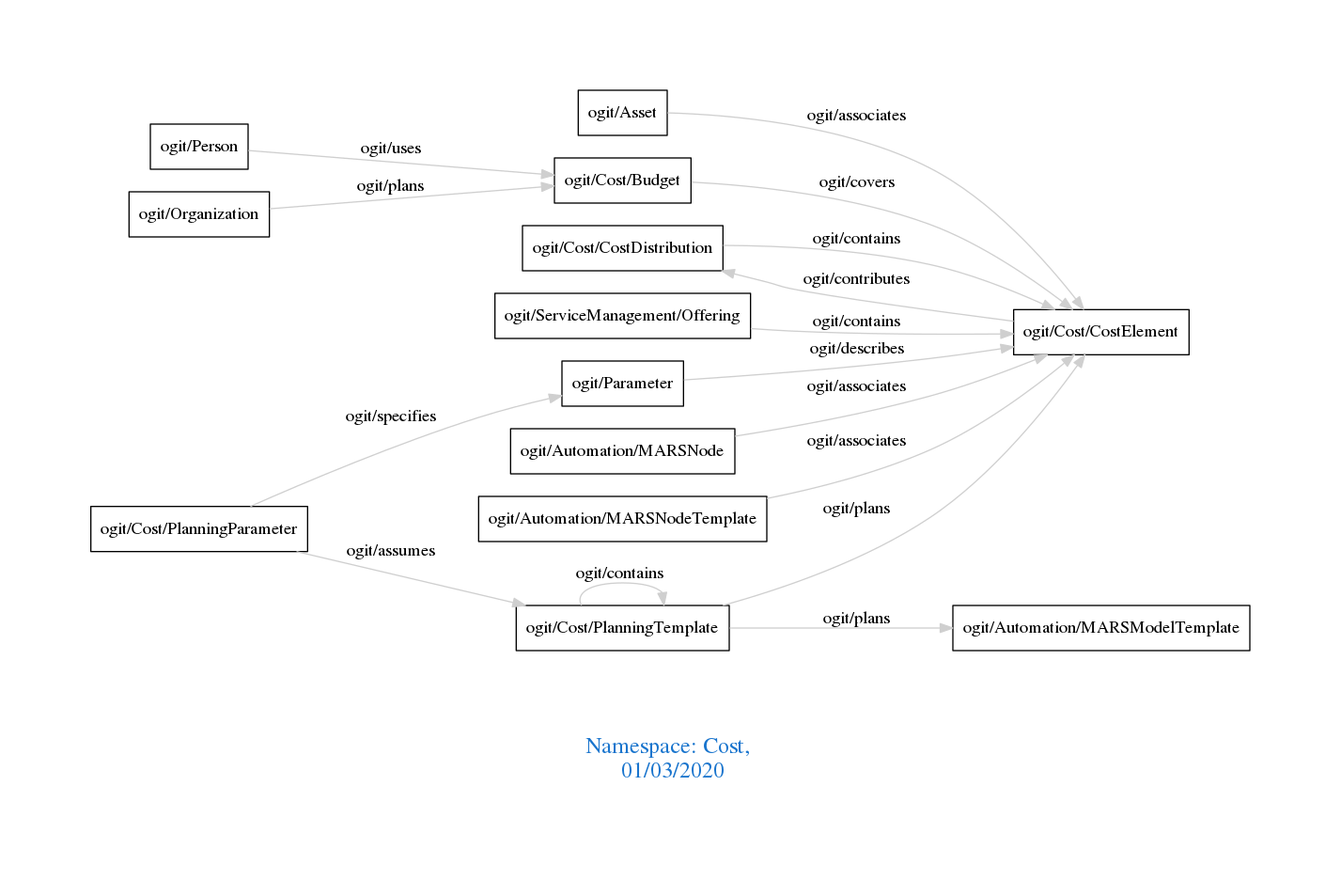
Above: downloads/Cost.png in arago/OGIT (Graphviz), before the change. Its source is kept beside it as downloads/Cost.dot.
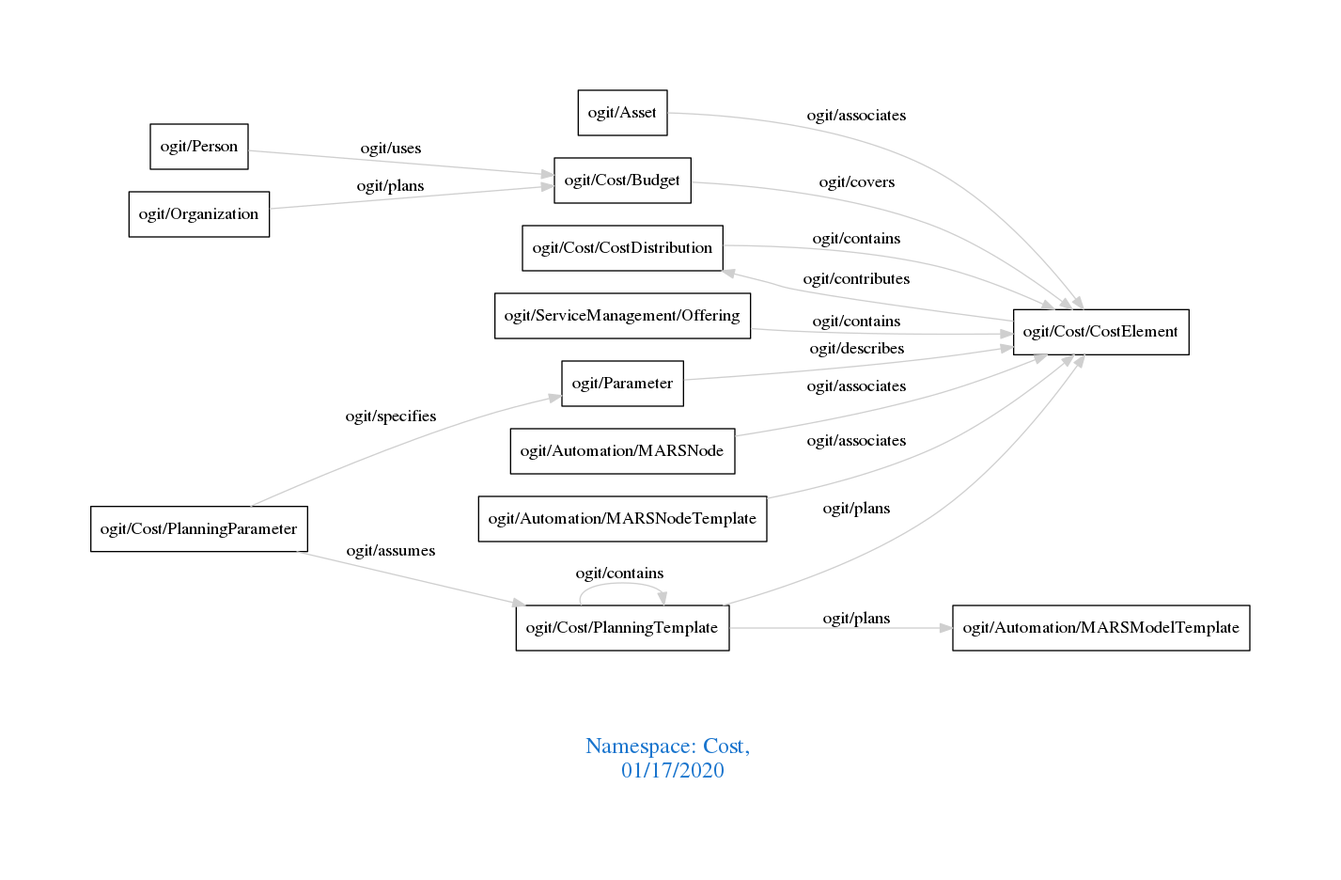
After the commit.

Change to the diagram source:
```diff
@@ -1,7 +1,7 @@
 digraph OGIT_ontology {
  graph [ rankdir= LR,pad=1
 fontsize = 18,
-fontcolor= dodgerblue3,label = "\n\n\nNamespace: Cost, \n 01/03/2020"];
+fontcolor= dodgerblue3,label = "\n\n\nNamespace: Cost, \n 01/17/2020"];
 node[shape=polygon];
 edge [  color="gray81"];
 
```
